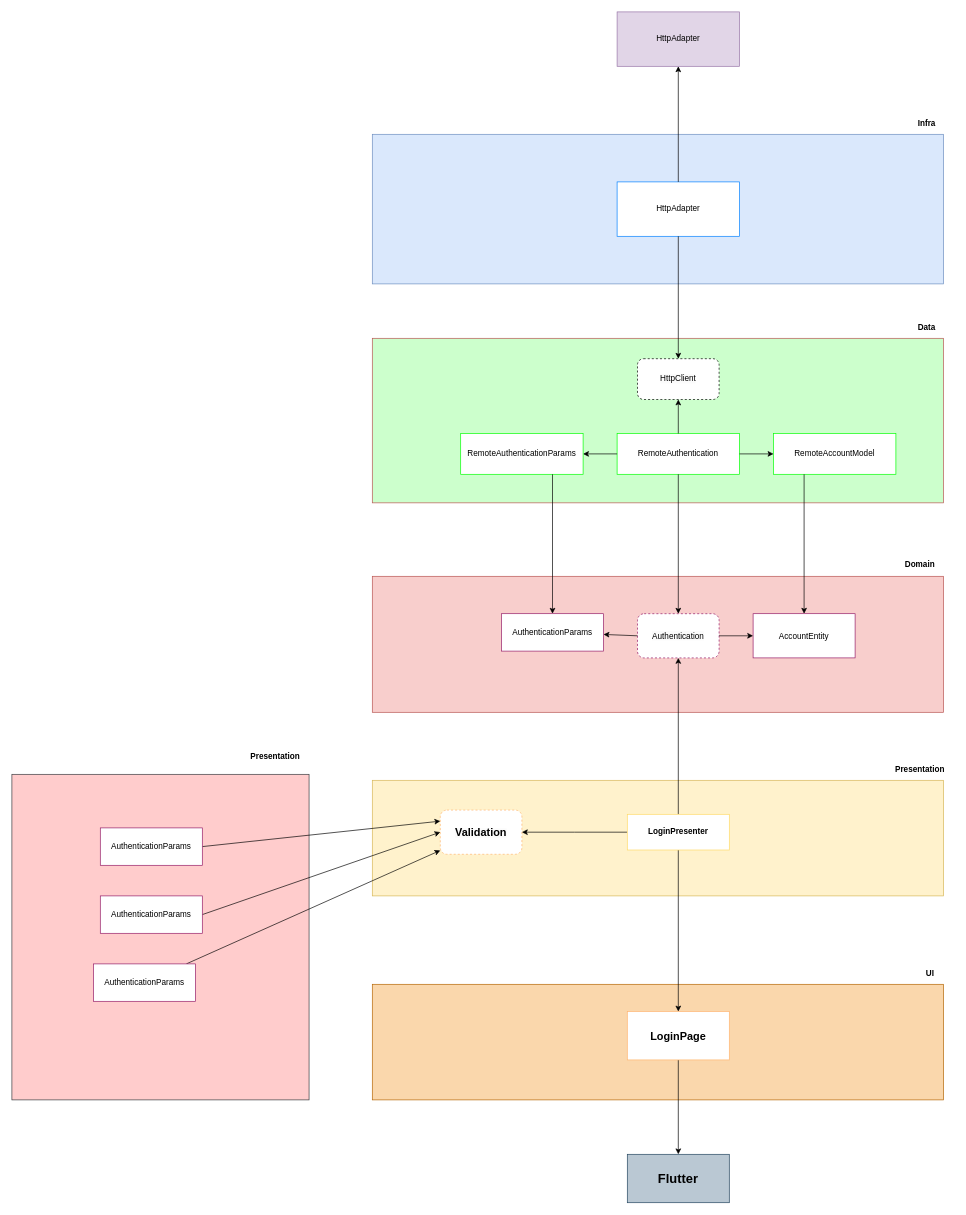
This is requirements/Arquitetura TattooManager.drawio from PedroMerinoDev/tattoo_manager, a draw.io file, before an edit. Source tidied: cells renumbered, new cells numbered last; positions are measured from the earlier drawing's top-left corner, leaving out a move shared by most shapes. Both pictures are drawn from the tidied source at 68%, with x=0, y=0 at pixel (12, 12).
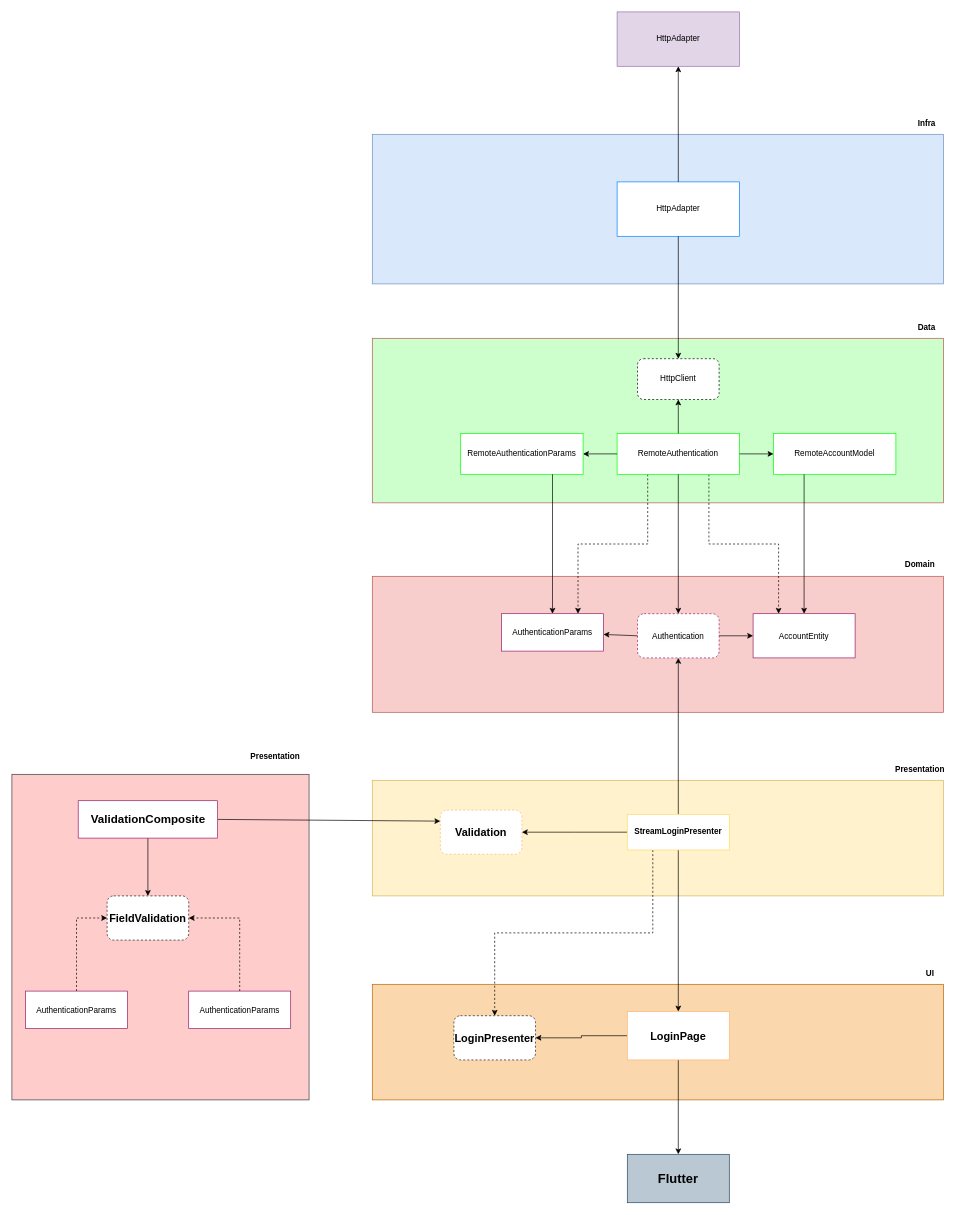
Above is the later version.

Commit message:
Atualização camada: Presentation, ui, Validation

Unchanged cells that the change refers to:
```xml
<mxCell id="3" value="AuthenticationParams" style="rounded=0;whiteSpace=wrap;html=1;strokeColor=#941967;" parent="1" vertex="1">
  <mxGeometry x="720" y="885" width="150" height="55" as="geometry" />
</mxCell>
<mxCell id="4" value="AccountEntity" style="rounded=0;whiteSpace=wrap;html=1;strokeColor=#941967;" parent="1" vertex="1">
  <mxGeometry x="1090" y="885" width="150" height="65" as="geometry" />
</mxCell>
<mxCell id="13" value="RemoteAuthentication" style="rounded=0;whiteSpace=wrap;html=1;strokeColor=#00FF00;" parent="1" vertex="1">
  <mxGeometry x="890" y="620" width="180" height="60" as="geometry" />
</mxCell>
<mxCell id="31" value="&lt;span style=&quot;color: rgb(0, 0, 0); font-family: Helvetica; font-style: normal; font-variant-ligatures: normal; font-variant-caps: normal; letter-spacing: normal; orphans: 2; text-align: center; text-indent: 0px; text-transform: none; widows: 2; word-spacing: 0px; -webkit-text-stroke-width: 0px; background-color: rgb(251, 251, 251); text-decoration-thickness: initial; text-decoration-style: initial; text-decoration-color: initial; float: none; display: inline !important;&quot;&gt;&lt;font style=&quot;font-size: 16px;&quot;&gt;&lt;b&gt;Validation&lt;/b&gt;&lt;/font&gt;&lt;br&gt;&lt;/span&gt;" style="rounded=1;whiteSpace=wrap;html=1;dashed=1;strokeColor=#FFB570;" parent="1" vertex="1">
  <mxGeometry x="630" y="1173.8" width="120" height="65" as="geometry" />
</mxCell>
<mxCell id="37" value="&lt;font style=&quot;font-size: 16px;&quot;&gt;&lt;b&gt;LoginPage&lt;/b&gt;&lt;/font&gt;" style="rounded=0;whiteSpace=wrap;html=1;strokeColor=#FFB570;" parent="1" vertex="1">
  <mxGeometry x="905" y="1470" width="150" height="71.2" as="geometry" />
</mxCell>
```

What changed in the source:
```diff
@@
+    <mxCell id="47" style="edgeStyle=orthogonalEdgeStyle;rounded=0;jettySize=auto;html=1;exitX=0.25;exitY=1;exitDx=0;exitDy=0;entryX=0.75;entryY=0;entryDx=0;entryDy=0;dashed=1;" parent="1" edge="1" source="13" target="3">
+      <mxGeometry relative="1" as="geometry" />
+    </mxCell>
+    <mxCell id="48" style="edgeStyle=orthogonalEdgeStyle;rounded=0;jettySize=auto;html=1;exitX=0.75;exitY=1;exitDx=0;exitDy=0;entryX=0.25;entryY=0;entryDx=0;entryDy=0;dashed=1;" parent="1" edge="1" source="13" target="4">
+      <mxGeometry relative="1" as="geometry" />
+    </mxCell>
@@
+    <mxCell id="49" style="edgeStyle=orthogonalEdgeStyle;rounded=0;jettySize=auto;html=1;exitX=0.25;exitY=1;exitDx=0;exitDy=0;entryX=0.5;entryY=0;entryDx=0;entryDy=0;dashed=1;" parent="1" edge="1" source="35" target="53">
+      <mxGeometry relative="1" as="geometry" />
+    </mxCell>
-    <mxCell id="35" value="&lt;b&gt;LoginPresenter&lt;/b&gt;" style="rounded=0;whiteSpace=wrap;html=1;strokeColor=#FFD966;" parent="1" vertex="1">
+    <mxCell id="35" value="&lt;b&gt;StreamLoginPresenter&lt;br&gt;&lt;/b&gt;" style="rounded=0;whiteSpace=wrap;html=1;strokeColor=#FFD966;" parent="1" vertex="1">
       <mxGeometry x="905" y="1180" width="150" height="52.5" as="geometry" />
     </mxCell>
@@
+    <mxCell id="50" style="edgeStyle=orthogonalEdgeStyle;rounded=0;jettySize=auto;html=1;exitX=0;exitY=0.5;exitDx=0;exitDy=0;entryX=1;entryY=0.5;entryDx=0;entryDy=0;" parent="1" edge="1" source="37" target="53">
+      <mxGeometry relative="1" as="geometry" />
+    </mxCell>
@@
+    <mxCell id="51" style="edgeStyle=orthogonalEdgeStyle;rounded=0;jettySize=auto;html=1;exitX=0.5;exitY=1;exitDx=0;exitDy=0;entryX=0.5;entryY=0;entryDx=0;entryDy=0;" parent="1" edge="1" source="42" target="54">
+      <mxGeometry relative="1" as="geometry" />
+    </mxCell>
-    <mxCell id="42" value="AuthenticationParams" style="rounded=0;whiteSpace=wrap;html=1;strokeColor=#941967;" parent="1" vertex="1">
-      <mxGeometry x="130" y="1200" width="150" height="55" as="geometry" />
+    <mxCell id="42" value="&lt;b&gt;&lt;font style=&quot;font-size: 17px;&quot;&gt;ValidationComposite&lt;/font&gt;&lt;/b&gt;" style="rounded=0;whiteSpace=wrap;html=1;strokeColor=#941967;" parent="1" vertex="1">
+      <mxGeometry x="97.5" y="1160" width="205" height="55" as="geometry" />
     </mxCell>
-    <mxCell id="43" style="rounded=0;jettySize=auto;html=1;exitX=1;exitY=0.5;exitDx=0;exitDy=0;entryX=0;entryY=0.5;entryDx=0;entryDy=0;" parent="1" edge="1" source="44" target="31">
-      <mxGeometry relative="1" as="geometry" />
-    </mxCell>
+    <mxCell id="52" style="edgeStyle=orthogonalEdgeStyle;rounded=0;jettySize=auto;html=1;exitX=0.5;exitY=0;exitDx=0;exitDy=0;entryX=0;entryY=0.5;entryDx=0;entryDy=0;strokeColor=#000000;dashed=1;" parent="1" edge="1" source="44" target="54">
+      <mxGeometry relative="1" as="geometry" />
+    </mxCell>
     <mxCell id="44" value="AuthenticationParams" style="rounded=0;whiteSpace=wrap;html=1;strokeColor=#941967;" parent="1" vertex="1">
-      <mxGeometry x="130" y="1300" width="150" height="55" as="geometry" />
+      <mxGeometry x="20" y="1440" width="150" height="55" as="geometry" />
     </mxCell>
-    <mxCell id="45" style="rounded=0;jettySize=auto;html=1;" parent="1" edge="1" source="46" target="31">
+    <mxCell id="45" style="rounded=0;jettySize=auto;html=1;entryX=1;entryY=0.5;entryDx=0;entryDy=0;dashed=1;edgeStyle=orthogonalEdgeStyle;" parent="1" edge="1" source="46" target="54">
       <mxGeometry relative="1" as="geometry" />
     </mxCell>
     <mxCell id="46" value="AuthenticationParams" style="rounded=0;whiteSpace=wrap;html=1;strokeColor=#941967;" parent="1" vertex="1">
-      <mxGeometry x="120" y="1400" width="150" height="55" as="geometry" />
+      <mxGeometry x="260" y="1440" width="150" height="55" as="geometry" />
     </mxCell>
+    <mxCell id="53" value="&lt;span style=&quot;color: rgb(0, 0, 0); font-family: Helvetica; font-style: normal; font-variant-ligatures: normal; font-variant-caps: normal; letter-spacing: normal; orphans: 2; text-align: center; text-indent: 0px; text-transform: none; widows: 2; word-spacing: 0px; -webkit-text-stroke-width: 0px; background-color: rgb(251, 251, 251); text-decoration-thickness: initial; text-decoration-style: initial; text-decoration-color: initial; float: none; display: inline !important;&quot;&gt;&lt;font style=&quot;font-size: 16px;&quot;&gt;&lt;b&gt;LoginPresenter&lt;/b&gt;&lt;/font&gt;&lt;br&gt;&lt;/span&gt;" style="rounded=1;whiteSpace=wrap;html=1;dashed=1;strokeColor=#1A1A1A;" parent="1" vertex="1">
+      <mxGeometry x="650" y="1476.2" width="120" height="65" as="geometry" />
+    </mxCell>
+    <mxCell id="54" value="&lt;span style=&quot;color: rgb(0, 0, 0); font-family: Helvetica; font-style: normal; font-variant-ligatures: normal; font-variant-caps: normal; letter-spacing: normal; orphans: 2; text-align: center; text-indent: 0px; text-transform: none; widows: 2; word-spacing: 0px; -webkit-text-stroke-width: 0px; background-color: rgb(251, 251, 251); text-decoration-thickness: initial; text-decoration-style: initial; text-decoration-color: initial; float: none; display: inline !important;&quot;&gt;&lt;font style=&quot;font-size: 16px;&quot;&gt;&lt;b&gt;FieldValidation&lt;/b&gt;&lt;/font&gt;&lt;br&gt;&lt;/span&gt;" style="rounded=1;whiteSpace=wrap;html=1;dashed=1;strokeColor=#1A1A1A;" parent="1" vertex="1">
+      <mxGeometry x="140" y="1300" width="120" height="65" as="geometry" />
+    </mxCell>
```
